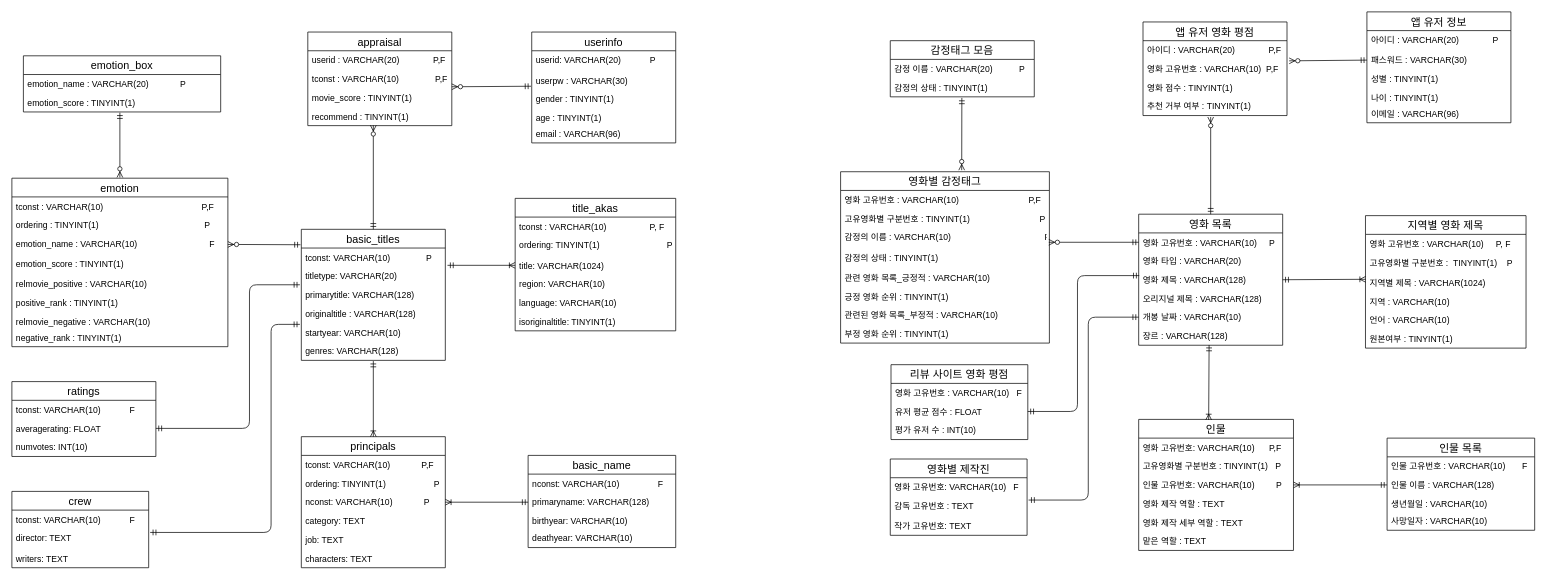
This is Project/draw.io/[DB] ERD.drawio from jjunjang/take_a_look_Dev, a draw.io file, before an edit. Source tidied: cells renumbered, new cells numbered last; positions are measured from the earlier drawing's top-left corner, leaving out a move shared by most shapes. Both pictures are drawn from the tidied source at 72%, with x=0, y=0 at pixel (12, 12).
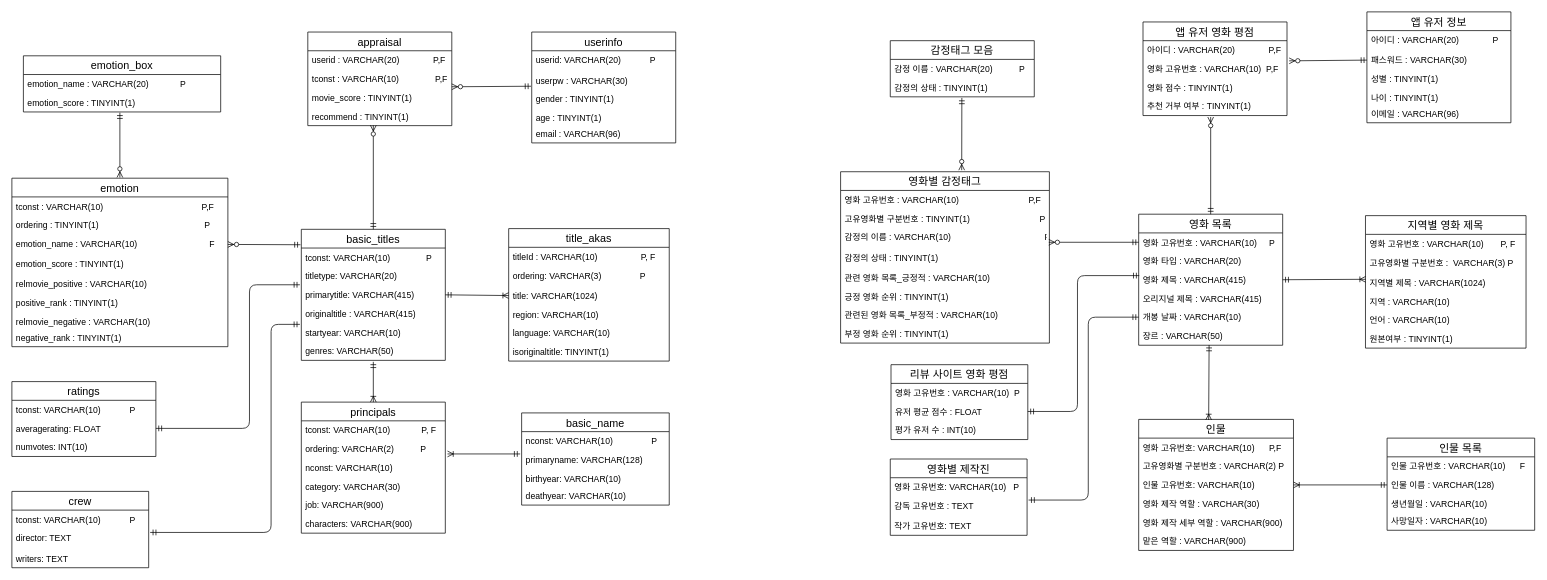
The same page after the edit.

Unchanged cells that the change refers to:
```xml
<mxCell id="9" value="basic_titles" style="swimlane;fontStyle=0;horizontal=1;startSize=26;fillColor=none;fontSize=15;" parent="1" vertex="1">
  <mxGeometry x="402" y="302" width="200" height="182" as="geometry" />
</mxCell>
<mxCell id="10" value="tconst: VARCHAR(10)               P" style="text;strokeColor=none;fillColor=none;align=left;verticalAlign=top;spacingLeft=4;spacingRight=4;overflow=hidden;points=[[0,0.5],[1,0.5]];portConstraint=eastwest;" parent="9" vertex="1">
  <mxGeometry y="26" width="200" height="26" as="geometry" />
</mxCell>
<mxCell id="18" value="primaryname: VARCHAR(128)" style="text;strokeColor=none;fillColor=none;align=left;verticalAlign=top;spacingLeft=4;spacingRight=4;overflow=hidden;points=[[0,0.5],[1,0.5]];portConstraint=eastwest;" parent="16" vertex="1">
  <mxGeometry y="52" width="205" height="26" as="geometry" />
</mxCell>
<mxCell id="21" value="crew" style="swimlane;fontStyle=0;horizontal=1;startSize=26;fillColor=none;fontSize=15;" parent="1" vertex="1">
  <mxGeometry y="666" width="190" height="106" as="geometry" />
</mxCell>
<mxCell id="28" value="title: VARCHAR(1024)" style="text;strokeColor=none;fillColor=none;align=left;verticalAlign=top;spacingLeft=4;spacingRight=4;overflow=hidden;points=[[0,0.5],[1,0.5]];portConstraint=eastwest;" parent="25" vertex="1">
  <mxGeometry y="80" width="223" height="26" as="geometry" />
</mxCell>
<mxCell id="46" value="인물" style="swimlane;fontStyle=0;horizontal=1;startSize=26;fillColor=none;fontSize=15;" parent="1" vertex="1">
  <mxGeometry x="1565" y="566" width="215" height="182" as="geometry" />
</mxCell>
<mxCell id="53" value="영화 목록" style="swimlane;fontStyle=0;horizontal=1;startSize=26;fillColor=none;fontSize=15;" parent="1" vertex="1">
  <mxGeometry x="1565" y="281" width="200" height="182" as="geometry" />
</mxCell>
<mxCell id="60" value="인물 목록" style="swimlane;fontStyle=0;horizontal=1;startSize=26;fillColor=none;fontSize=15;" parent="1" vertex="1">
  <mxGeometry x="1910" y="592" width="205" height="128" as="geometry" />
</mxCell>
<mxCell id="65" value="영화별 제작진" style="swimlane;fontStyle=0;horizontal=1;startSize=26;fillColor=none;fontSize=15;" parent="1" vertex="1">
  <mxGeometry x="1220" y="621" width="190" height="106" as="geometry" />
</mxCell>
<mxCell id="69" value="지역별 영화 제목" style="swimlane;fontStyle=0;horizontal=1;startSize=26;fillColor=none;fontSize=15;" parent="1" vertex="1">
  <mxGeometry x="1880" y="283" width="223" height="184" as="geometry" />
</mxCell>
<mxCell id="76" value="리뷰 사이트 영화 평점" style="swimlane;fontStyle=0;horizontal=1;startSize=26;fillColor=none;fontSize=15;" parent="1" vertex="1">
  <mxGeometry x="1221" y="490" width="190" height="104" as="geometry" />
</mxCell>
<mxCell id="107" value="ratings" style="swimlane;fontStyle=0;horizontal=1;startSize=26;fillColor=none;fontSize=15;" parent="1" vertex="1">
  <mxGeometry y="513.5" width="200" height="104" as="geometry" />
</mxCell>
```

Change to the diagram source:
```diff
@@
     <mxCell id="2" value="principals" style="swimlane;fontStyle=0;horizontal=1;startSize=26;fillColor=none;fontSize=15;" parent="1" vertex="1">
-      <mxGeometry x="402" y="590" width="200" height="182" as="geometry" />
+      <mxGeometry x="402" y="542" width="200" height="182" as="geometry" />
     </mxCell>
-    <mxCell id="3" value="tconst: VARCHAR(10)             P,F&#10;" style="text;strokeColor=none;fillColor=none;align=left;verticalAlign=top;spacingLeft=4;spacingRight=4;overflow=hidden;" parent="2" vertex="1">
+    <mxCell id="3" value="tconst: VARCHAR(10)             P, F&#10;" style="text;strokeColor=none;fillColor=none;align=left;verticalAlign=top;spacingLeft=4;spacingRight=4;overflow=hidden;" parent="2" vertex="1">
       <mxGeometry y="26" width="200" height="26" as="geometry" />
     </mxCell>
-    <mxCell id="4" value="ordering: TINYINT(1)                    P" style="text;strokeColor=none;fillColor=none;align=left;verticalAlign=top;spacingLeft=4;spacingRight=4;overflow=hidden;points=[[0,0.5],[1,0.5]];portConstraint=eastwest;" parent="2" vertex="1">
+    <mxCell id="4" value="ordering: VARCHAR(2)           P" style="text;strokeColor=none;fillColor=none;align=left;verticalAlign=top;spacingLeft=4;spacingRight=4;overflow=hidden;points=[[0,0.5],[1,0.5]];portConstraint=eastwest;" parent="2" vertex="1">
       <mxGeometry y="52" width="200" height="26" as="geometry" />
     </mxCell>
-    <mxCell id="5" value="nconst: VARCHAR(10)             P" style="text;strokeColor=none;fillColor=none;align=left;verticalAlign=top;spacingLeft=4;spacingRight=4;overflow=hidden;points=[[0,0.5],[1,0.5]];portConstraint=eastwest;" parent="2" vertex="1">
+    <mxCell id="5" value="nconst: VARCHAR(10)           " style="text;strokeColor=none;fillColor=none;align=left;verticalAlign=top;spacingLeft=4;spacingRight=4;overflow=hidden;points=[[0,0.5],[1,0.5]];portConstraint=eastwest;" parent="2" vertex="1">
       <mxGeometry y="78" width="200" height="26" as="geometry" />
     </mxCell>
-    <mxCell id="6" value="category: TEXT" style="text;strokeColor=none;fillColor=none;align=left;verticalAlign=top;spacingLeft=4;spacingRight=4;overflow=hidden;" parent="2" vertex="1">
+    <mxCell id="6" value="category: VARCHAR(30)" style="text;strokeColor=none;fillColor=none;align=left;verticalAlign=top;spacingLeft=4;spacingRight=4;overflow=hidden;" parent="2" vertex="1">
       <mxGeometry y="104" width="200" height="26" as="geometry" />
     </mxCell>
-    <mxCell id="7" value="job: TEXT" style="text;strokeColor=none;fillColor=none;align=left;verticalAlign=top;spacingLeft=4;spacingRight=4;overflow=hidden;" parent="2" vertex="1">
+    <mxCell id="7" value="job: VARCHAR(900)" style="text;strokeColor=none;fillColor=none;align=left;verticalAlign=top;spacingLeft=4;spacingRight=4;overflow=hidden;" parent="2" vertex="1">
       <mxGeometry y="130" width="200" height="26" as="geometry" />
     </mxCell>
-    <mxCell id="8" value="characters: TEXT" style="text;strokeColor=none;fillColor=none;align=left;verticalAlign=top;spacingLeft=4;spacingRight=4;overflow=hidden;" parent="2" vertex="1">
+    <mxCell id="8" value="characters: VARCHAR(900)" style="text;strokeColor=none;fillColor=none;align=left;verticalAlign=top;spacingLeft=4;spacingRight=4;overflow=hidden;" parent="2" vertex="1">
       <mxGeometry y="156" width="200" height="26" as="geometry" />
     </mxCell>
@@
-    <mxCell id="12" value="primarytitle: VARCHAR(128)" style="text;strokeColor=none;fillColor=none;align=left;verticalAlign=top;spacingLeft=4;spacingRight=4;overflow=hidden;points=[[0,0.5],[1,0.5]];portConstraint=eastwest;" parent="9" vertex="1">
+    <mxCell id="12" value="primarytitle: VARCHAR(415)&#10;" style="text;strokeColor=none;fillColor=none;align=left;verticalAlign=top;spacingLeft=4;spacingRight=4;overflow=hidden;points=[[0,0.5],[1,0.5]];portConstraint=eastwest;" parent="9" vertex="1">
       <mxGeometry y="78" width="200" height="26" as="geometry" />
     </mxCell>
-    <mxCell id="13" value="originaltitle : VARCHAR(128)" style="text;strokeColor=none;fillColor=none;align=left;verticalAlign=top;spacingLeft=4;spacingRight=4;overflow=hidden;" parent="9" vertex="1">
+    <mxCell id="13" value="originaltitle : VARCHAR(415)" style="text;strokeColor=none;fillColor=none;align=left;verticalAlign=top;spacingLeft=4;spacingRight=4;overflow=hidden;" parent="9" vertex="1">
       <mxGeometry y="104" width="200" height="26" as="geometry" />
     </mxCell>
@@
-    <mxCell id="15" value="genres: VARCHAR(128)" style="text;strokeColor=none;fillColor=none;align=left;verticalAlign=top;spacingLeft=4;spacingRight=4;overflow=hidden;points=[[0,0.5],[1,0.5]];portConstraint=eastwest;" parent="9" vertex="1">
+    <mxCell id="15" value="genres: VARCHAR(50)" style="text;strokeColor=none;fillColor=none;align=left;verticalAlign=top;spacingLeft=4;spacingRight=4;overflow=hidden;points=[[0,0.5],[1,0.5]];portConstraint=eastwest;" parent="9" vertex="1">
       <mxGeometry y="156" width="200" height="26" as="geometry" />
     </mxCell>
     <mxCell id="16" value="basic_name" style="swimlane;fontStyle=0;horizontal=1;startSize=26;fillColor=none;fontSize=15;" parent="1" vertex="1">
-      <mxGeometry x="717" y="616" width="205" height="128" as="geometry" />
+      <mxGeometry x="708" y="557" width="205" height="128" as="geometry" />
     </mxCell>
-    <mxCell id="17" value="nconst: VARCHAR(10)                F" style="text;strokeColor=none;fillColor=none;align=left;verticalAlign=top;spacingLeft=4;spacingRight=4;overflow=hidden;" parent="16" vertex="1">
+    <mxCell id="17" value="nconst: VARCHAR(10)                P" style="text;strokeColor=none;fillColor=none;align=left;verticalAlign=top;spacingLeft=4;spacingRight=4;overflow=hidden;" parent="16" vertex="1">
       <mxGeometry y="26" width="205" height="26" as="geometry" />
     </mxCell>
@@
-    <mxCell id="22" value="tconst: VARCHAR(10)            F" style="text;strokeColor=none;fillColor=none;align=left;verticalAlign=top;spacingLeft=4;spacingRight=4;overflow=hidden;" parent="21" vertex="1">
+    <mxCell id="22" value="tconst: VARCHAR(10)            P" style="text;strokeColor=none;fillColor=none;align=left;verticalAlign=top;spacingLeft=4;spacingRight=4;overflow=hidden;" parent="21" vertex="1">
       <mxGeometry y="26" width="190" height="26" as="geometry" />
     </mxCell>
@@
     <mxCell id="25" value="title_akas" style="swimlane;fontStyle=0;horizontal=1;startSize=26;fillColor=none;fontSize=15;" parent="1" vertex="1">
-      <mxGeometry x="699" y="259" width="223" height="184" as="geometry" />
+      <mxGeometry x="690" y="301" width="223" height="184" as="geometry" />
     </mxCell>
-    <mxCell id="26" value="tconst : VARCHAR(10)                  P, F" style="text;strokeColor=none;fillColor=none;align=left;verticalAlign=top;spacingLeft=4;spacingRight=4;overflow=hidden;" parent="25" vertex="1">
+    <mxCell id="26" value="titleId : VARCHAR(10)                  P, F" style="text;strokeColor=none;fillColor=none;align=left;verticalAlign=top;spacingLeft=4;spacingRight=4;overflow=hidden;" parent="25" vertex="1">
       <mxGeometry y="26" width="223" height="26" as="geometry" />
     </mxCell>
-    <mxCell id="27" value="ordering: TINYINT(1)                            P" style="text;strokeColor=none;fillColor=none;align=left;verticalAlign=top;spacingLeft=4;spacingRight=4;overflow=hidden;" parent="25" vertex="1">
+    <mxCell id="27" value="ordering: VARCHAR(3)                P" style="text;strokeColor=none;fillColor=none;align=left;verticalAlign=top;spacingLeft=4;spacingRight=4;overflow=hidden;" parent="25" vertex="1">
       <mxGeometry y="52" width="223" height="28" as="geometry" />
     </mxCell>
@@
-    <mxCell id="34" style="fontSize=12;html=1;endArrow=ERoneToMany;startArrow=ERmandOne;exitX=1.015;exitY=0.923;exitDx=0;exitDy=0;entryX=0;entryY=0.5;entryDx=0;entryDy=0;exitPerimeter=0;" parent="1" edge="1" source="10" target="28">
+    <mxCell id="34" style="fontSize=12;html=1;endArrow=ERoneToMany;startArrow=ERmandOne;exitX=1;exitY=0.5;exitDx=0;exitDy=0;entryX=0;entryY=0.5;entryDx=0;entryDy=0;" parent="1" edge="1" source="12" target="28">
       <mxGeometry relative="1" as="geometry" />
     </mxCell>
@@
-    <mxCell id="48" value="고유영화별 구분번호 : TINYINT(1)   P" style="text;strokeColor=none;fillColor=none;align=left;verticalAlign=top;spacingLeft=4;spacingRight=4;overflow=hidden;" parent="46" vertex="1">
+    <mxCell id="48" value="고유영화별 구분번호 : VARCHAR(2) P" style="text;strokeColor=none;fillColor=none;align=left;verticalAlign=top;spacingLeft=4;spacingRight=4;overflow=hidden;" parent="46" vertex="1">
       <mxGeometry y="52" width="215" height="26" as="geometry" />
     </mxCell>
-    <mxCell id="49" value="인물 고유번호: VARCHAR(10)         P" style="text;strokeColor=none;fillColor=none;align=left;verticalAlign=top;spacingLeft=4;spacingRight=4;overflow=hidden;points=[[0,0.5],[1,0.5]];portConstraint=eastwest;" parent="46" vertex="1">
+    <mxCell id="49" value="인물 고유번호: VARCHAR(10)           " style="text;strokeColor=none;fillColor=none;align=left;verticalAlign=top;spacingLeft=4;spacingRight=4;overflow=hidden;points=[[0,0.5],[1,0.5]];portConstraint=eastwest;" parent="46" vertex="1">
       <mxGeometry y="78" width="215" height="26" as="geometry" />
     </mxCell>
-    <mxCell id="50" value="영화 제작 역할 : TEXT" style="text;strokeColor=none;fillColor=none;align=left;verticalAlign=top;spacingLeft=4;spacingRight=4;overflow=hidden;" parent="46" vertex="1">
+    <mxCell id="50" value="영화 제작 역할 : VARCHAR(30)" style="text;strokeColor=none;fillColor=none;align=left;verticalAlign=top;spacingLeft=4;spacingRight=4;overflow=hidden;" parent="46" vertex="1">
       <mxGeometry y="104" width="215" height="26" as="geometry" />
     </mxCell>
-    <mxCell id="51" value="영화 제작 세부 역할 : TEXT" style="text;strokeColor=none;fillColor=none;align=left;verticalAlign=top;spacingLeft=4;spacingRight=4;overflow=hidden;" parent="46" vertex="1">
+    <mxCell id="51" value="영화 제작 세부 역할 : VARCHAR(900)" style="text;strokeColor=none;fillColor=none;align=left;verticalAlign=top;spacingLeft=4;spacingRight=4;overflow=hidden;" parent="46" vertex="1">
       <mxGeometry y="130" width="215" height="26" as="geometry" />
     </mxCell>
-    <mxCell id="52" value="맡은 역할 : TEXT" style="text;strokeColor=none;fillColor=none;align=left;verticalAlign=top;spacingLeft=4;spacingRight=4;overflow=hidden;" parent="46" vertex="1">
+    <mxCell id="52" value="맡은 역할 : VARCHAR(900)" style="text;strokeColor=none;fillColor=none;align=left;verticalAlign=top;spacingLeft=4;spacingRight=4;overflow=hidden;" parent="46" vertex="1">
       <mxGeometry y="156" width="215" height="26" as="geometry" />
     </mxCell>
@@
-    <mxCell id="56" value="영화 제목 : VARCHAR(128)" style="text;strokeColor=none;fillColor=none;align=left;verticalAlign=top;spacingLeft=4;spacingRight=4;overflow=hidden;points=[[0,0.5],[1,0.5]];portConstraint=eastwest;" parent="53" vertex="1">
+    <mxCell id="56" value="영화 제목 : VARCHAR(415)" style="text;strokeColor=none;fillColor=none;align=left;verticalAlign=top;spacingLeft=4;spacingRight=4;overflow=hidden;points=[[0,0.5],[1,0.5]];portConstraint=eastwest;" parent="53" vertex="1">
       <mxGeometry y="78" width="200" height="26" as="geometry" />
     </mxCell>
-    <mxCell id="57" value="오리지널 제목 : VARCHAR(128)" style="text;strokeColor=none;fillColor=none;align=left;verticalAlign=top;spacingLeft=4;spacingRight=4;overflow=hidden;" parent="53" vertex="1">
+    <mxCell id="57" value="오리지널 제목 : VARCHAR(415)" style="text;strokeColor=none;fillColor=none;align=left;verticalAlign=top;spacingLeft=4;spacingRight=4;overflow=hidden;" parent="53" vertex="1">
       <mxGeometry y="104" width="200" height="26" as="geometry" />
     </mxCell>
@@
-    <mxCell id="59" value="장르 : VARCHAR(128)" style="text;strokeColor=none;fillColor=none;align=left;verticalAlign=top;spacingLeft=4;spacingRight=4;overflow=hidden;points=[[0,0.5],[1,0.5]];portConstraint=eastwest;" parent="53" vertex="1">
+    <mxCell id="59" value="장르 : VARCHAR(50)" style="text;strokeColor=none;fillColor=none;align=left;verticalAlign=top;spacingLeft=4;spacingRight=4;overflow=hidden;points=[[0,0.5],[1,0.5]];portConstraint=eastwest;" parent="53" vertex="1">
       <mxGeometry y="156" width="200" height="26" as="geometry" />
     </mxCell>
@@
-    <mxCell id="61" value="인물 고유번호 : VARCHAR(10)       F" style="text;strokeColor=none;fillColor=none;align=left;verticalAlign=top;spacingLeft=4;spacingRight=4;overflow=hidden;" parent="60" vertex="1">
+    <mxCell id="61" value="인물 고유번호 : VARCHAR(10)      F" style="text;strokeColor=none;fillColor=none;align=left;verticalAlign=top;spacingLeft=4;spacingRight=4;overflow=hidden;" parent="60" vertex="1">
       <mxGeometry y="26" width="205" height="26" as="geometry" />
     </mxCell>
@@
-    <mxCell id="66" value="영화 고유번호: VARCHAR(10)   F" style="text;strokeColor=none;fillColor=none;align=left;verticalAlign=top;spacingLeft=4;spacingRight=4;overflow=hidden;" parent="65" vertex="1">
+    <mxCell id="66" value="영화 고유번호: VARCHAR(10)   P" style="text;strokeColor=none;fillColor=none;align=left;verticalAlign=top;spacingLeft=4;spacingRight=4;overflow=hidden;" parent="65" vertex="1">
       <mxGeometry y="26" width="190" height="26" as="geometry" />
     </mxCell>
@@
-    <mxCell id="70" value="영화 고유번호 : VARCHAR(10)     P, F" style="text;strokeColor=none;fillColor=none;align=left;verticalAlign=top;spacingLeft=4;spacingRight=4;overflow=hidden;" parent="69" vertex="1">
+    <mxCell id="70" value="영화 고유번호 : VARCHAR(10)       P, F" style="text;strokeColor=none;fillColor=none;align=left;verticalAlign=top;spacingLeft=4;spacingRight=4;overflow=hidden;" parent="69" vertex="1">
       <mxGeometry y="26" width="223" height="26" as="geometry" />
     </mxCell>
-    <mxCell id="71" value="고유영화별 구분번호 :  TINYINT(1)    P" style="text;strokeColor=none;fillColor=none;align=left;verticalAlign=top;spacingLeft=4;spacingRight=4;overflow=hidden;" parent="69" vertex="1">
+    <mxCell id="71" value="고유영화별 구분번호 :  VARCHAR(3) P" style="text;strokeColor=none;fillColor=none;align=left;verticalAlign=top;spacingLeft=4;spacingRight=4;overflow=hidden;" parent="69" vertex="1">
       <mxGeometry y="52" width="223" height="28" as="geometry" />
     </mxCell>
@@
-    <mxCell id="77" value="영화 고유번호 : VARCHAR(10)   F" style="text;strokeColor=none;fillColor=none;align=left;verticalAlign=top;spacingLeft=4;spacingRight=4;overflow=hidden;" parent="76" vertex="1">
+    <mxCell id="77" value="영화 고유번호 : VARCHAR(10)  P" style="text;strokeColor=none;fillColor=none;align=left;verticalAlign=top;spacingLeft=4;spacingRight=4;overflow=hidden;" parent="76" vertex="1">
       <mxGeometry y="26" width="190" height="26" as="geometry" />
     </mxCell>
@@
-    <mxCell id="108" value="tconst: VARCHAR(10)            F" style="text;strokeColor=none;fillColor=none;align=left;verticalAlign=top;spacingLeft=4;spacingRight=4;overflow=hidden;" parent="107" vertex="1">
+    <mxCell id="108" value="tconst: VARCHAR(10)            P" style="text;strokeColor=none;fillColor=none;align=left;verticalAlign=top;spacingLeft=4;spacingRight=4;overflow=hidden;" parent="107" vertex="1">
       <mxGeometry y="26" width="200" height="26" as="geometry" />
     </mxCell>
@@
-    <mxCell id="125" style="fontSize=12;html=1;endArrow=ERoneToMany;startArrow=ERmandOne;entryX=0.5;entryY=0;entryDx=0;entryDy=0;exitX=0.5;exitY=1.038;exitDx=0;exitDy=0;exitPerimeter=0;" parent="1" edge="1" source="15" target="2">
-      <mxGeometry relative="1" as="geometry" />
-    </mxCell>
@@
-    <mxCell id="129" style="fontSize=12;html=1;endArrow=ERoneToMany;startArrow=ERmandOne;exitX=0;exitY=0.5;exitDx=0;exitDy=0;entryX=1;entryY=0.5;entryDx=0;entryDy=0;" parent="1" edge="1" source="18" target="5">
+    <mxCell id="129" style="fontSize=12;html=1;endArrow=ERoneToMany;startArrow=ERmandOne;entryX=1.015;entryY=0.769;entryDx=0;entryDy=0;entryPerimeter=0;exitX=-0.01;exitY=0.192;exitDx=0;exitDy=0;exitPerimeter=0;" parent="1" edge="1" source="18" target="4">
       <mxGeometry relative="1" as="geometry" />
     </mxCell>
@@
+    <mxCell id="134" style="fontSize=12;html=1;endArrow=ERoneToMany;startArrow=ERmandOne;entryX=0.5;entryY=0;entryDx=0;entryDy=0;" parent="1" edge="1" target="2">
+      <mxGeometry relative="1" as="geometry">
+        <mxPoint x="502" y="486" as="sourcePoint" />
+      </mxGeometry>
+    </mxCell>
```
